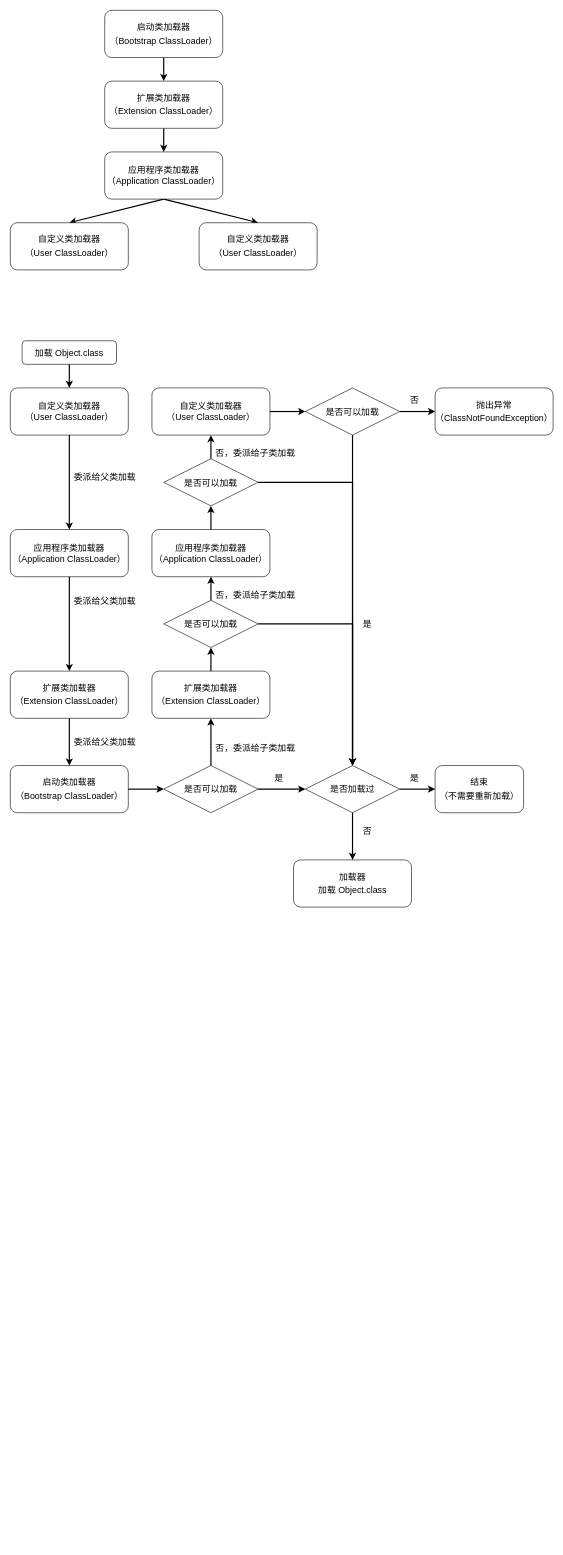
Earlier version of the draw.io diagram 双亲委派机制/双亲委派机制.drawio (zero-97/picture-of-the-article). Source tidied: cells renumbered, new cells numbered last; positions are measured from the earlier drawing's top-left corner, leaving out a move shared by most shapes. Both pictures are drawn from the tidied source at 59%, with x=0, y=0 at pixel (10, 10).
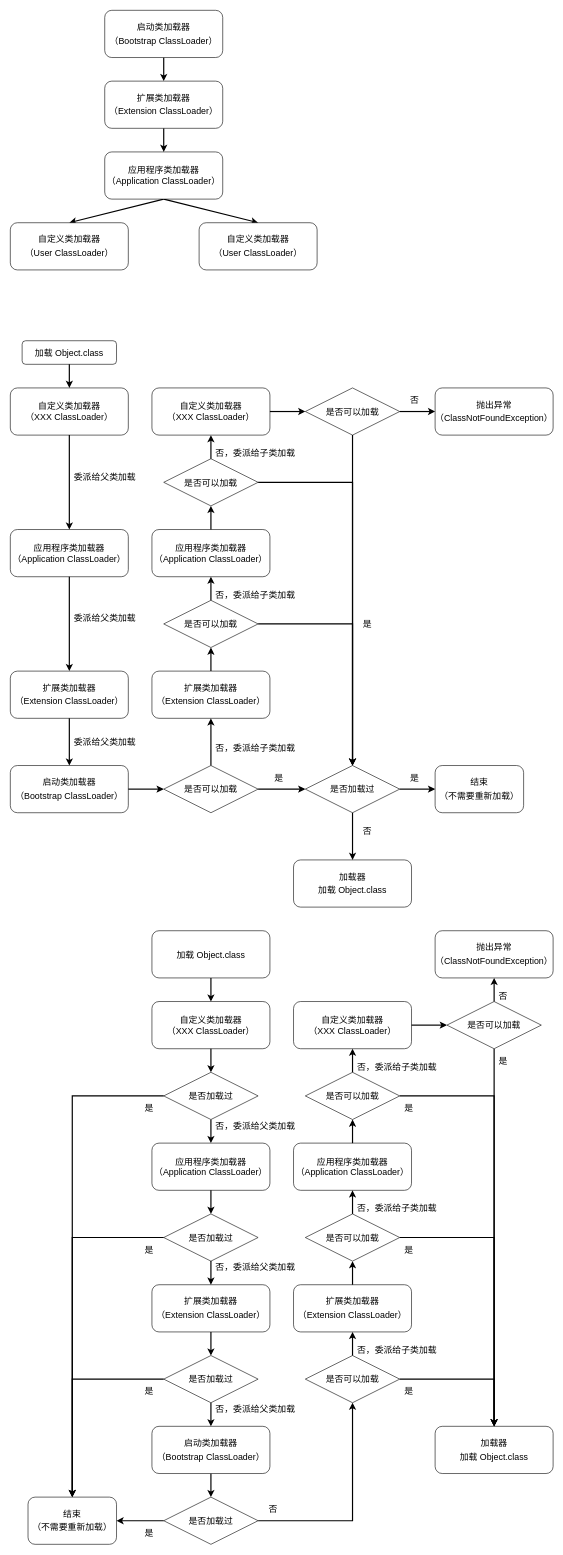
After the change.

Commit message (it also covers changes not shown here):
Update 双亲委派机制.drawio

The change refers to these unchanged cells:
```xml
<mxCell id="11" style="group;" parent="1" vertex="1">
  <mxGeometry y="560" width="900" height="960" as="geometry" />
</mxCell>
```

Change to the diagram source:
```diff
@@
-    <mxCell id="13" value="&lt;div&gt;自定义类加载器&lt;/div&gt;&lt;div&gt;（User ClassLoader）&lt;/div&gt;" style="rounded=1;whiteSpace=wrap;html=1;fontSize=15;" parent="11" vertex="1">
+    <mxCell id="13" value="&lt;div&gt;自定义类加载器&lt;/div&gt;&lt;div&gt;（XXX ClassLoader）&lt;/div&gt;" style="rounded=1;whiteSpace=wrap;html=1;fontSize=15;" parent="11" vertex="1">
       <mxGeometry y="80" width="200" height="80" as="geometry" />
     </mxCell>
@@
     <mxCell id="23" value="委派给父类加载" style="text;html=1;align=center;verticalAlign=middle;strokeColor=none;fillColor=none;fontSize=15;" parent="11" vertex="1">
-      <mxGeometry x="100" y="430" width="120" height="20" as="geometry" />
+      <mxGeometry x="100" y="460" width="120" height="20" as="geometry" />
     </mxCell>
@@
-    <mxCell id="42" value="&lt;div&gt;自定义类加载器&lt;/div&gt;&lt;div&gt;（User ClassLoader）&lt;/div&gt;" style="rounded=1;whiteSpace=wrap;html=1;fontSize=15;" parent="11" vertex="1">
+    <mxCell id="42" value="&lt;div&gt;自定义类加载器&lt;/div&gt;&lt;div&gt;（XXX ClassLoader）&lt;/div&gt;" style="rounded=1;whiteSpace=wrap;html=1;fontSize=15;" parent="11" vertex="1">
       <mxGeometry x="240" y="80" width="200" height="80" as="geometry" />
     </mxCell>
@@
+    <mxCell id="57" value="加载 Object.class" style="rounded=1;whiteSpace=wrap;html=1;fontSize=15;" parent="1" vertex="1">
+      <mxGeometry x="240" y="1560" width="200" height="80" as="geometry" />
+    </mxCell>
+    <mxCell id="58" value="&lt;div&gt;自定义类加载器&lt;/div&gt;&lt;div&gt;（XXX ClassLoader）&lt;/div&gt;" style="rounded=1;whiteSpace=wrap;html=1;fontSize=15;" parent="1" vertex="1">
+      <mxGeometry x="240" y="1680" width="200" height="80" as="geometry" />
+    </mxCell>
+    <mxCell id="59" style="edgeStyle=none;rounded=0;jettySize=auto;html=1;fontSize=15;strokeWidth=2;" parent="1" edge="1" source="57" target="58">
+      <mxGeometry relative="1" as="geometry" />
+    </mxCell>
+    <mxCell id="60" value="应用程序类加载器&lt;br&gt;（Application ClassLoader）" style="rounded=1;whiteSpace=wrap;html=1;fontSize=15;" parent="1" vertex="1">
+      <mxGeometry x="240" y="1920" width="200" height="80" as="geometry" />
+    </mxCell>
+    <mxCell id="61" value="&lt;p style=&quot;line-height: 1.5&quot;&gt;扩展类加载器&lt;br style=&quot;font-size: 15px&quot;&gt;（Extension ClassLoader）&lt;/p&gt;" style="rounded=1;whiteSpace=wrap;html=1;fontSize=15;" parent="1" vertex="1">
+      <mxGeometry x="240" y="2160" width="200" height="80" as="geometry" />
+    </mxCell>
+    <mxCell id="62" style="edgeStyle=orthogonalEdgeStyle;rounded=0;jettySize=auto;html=1;fontSize=15;strokeWidth=2;" parent="1" edge="1" source="63" target="113">
+      <mxGeometry relative="1" as="geometry" />
+    </mxCell>
+    <mxCell id="63" value="&lt;p style=&quot;line-height: 1.5&quot;&gt;启动类加载器&lt;br style=&quot;font-size: 15px&quot;&gt;（Bootstrap ClassLoader）&lt;/p&gt;" style="rounded=1;whiteSpace=wrap;html=1;fontSize=15;" parent="1" vertex="1">
+      <mxGeometry x="240" y="2400" width="200" height="80" as="geometry" />
+    </mxCell>
+    <mxCell id="64" value="否，委派给父类加载" style="text;html=1;align=center;verticalAlign=middle;strokeColor=none;fillColor=none;fontSize=15;" parent="1" vertex="1">
+      <mxGeometry x="340" y="1880" width="150" height="20" as="geometry" />
+    </mxCell>
+    <mxCell id="65" value="&lt;p style=&quot;line-height: 1.5&quot;&gt;结束&lt;br style=&quot;font-size: 15px&quot;&gt;（不需要重新加载）&lt;/p&gt;" style="rounded=1;whiteSpace=wrap;html=1;fontSize=15;" parent="1" vertex="1">
+      <mxGeometry x="30" y="2520" width="150" height="80" as="geometry" />
+    </mxCell>
+    <mxCell id="66" value="&lt;p style=&quot;line-height: 1.5&quot;&gt;加载器&lt;br style=&quot;font-size: 15px&quot;&gt;加载 Object.class&lt;/p&gt;" style="rounded=1;whiteSpace=wrap;html=1;fontSize=15;" parent="1" vertex="1">
+      <mxGeometry x="720" y="2400" width="200" height="80" as="geometry" />
+    </mxCell>
+    <mxCell id="67" style="edgeStyle=orthogonalEdgeStyle;rounded=0;jettySize=auto;html=1;fontSize=15;strokeWidth=2;" parent="1" edge="1" source="68" target="66">
+      <mxGeometry relative="1" as="geometry" />
+    </mxCell>
+    <mxCell id="68" value="是否可以加载" style="rhombus;whiteSpace=wrap;html=1;fontSize=15;" parent="1" vertex="1">
+      <mxGeometry x="500" y="2280" width="160" height="80" as="geometry" />
+    </mxCell>
+    <mxCell id="69" style="edgeStyle=orthogonalEdgeStyle;rounded=0;jettySize=auto;html=1;fontSize=15;strokeWidth=2;" parent="1" edge="1" source="113" target="68">
+      <mxGeometry relative="1" as="geometry" />
+    </mxCell>
+    <mxCell id="70" value="否，委派给子类加载" style="text;html=1;align=center;verticalAlign=middle;strokeColor=none;fillColor=none;fontSize=15;" parent="1" vertex="1">
+      <mxGeometry x="580" y="2260" width="150" height="20" as="geometry" />
+    </mxCell>
+    <mxCell id="71" value="&lt;p style=&quot;line-height: 1.5&quot;&gt;扩展类加载器&lt;br style=&quot;font-size: 15px&quot;&gt;（Extension ClassLoader）&lt;/p&gt;" style="rounded=1;whiteSpace=wrap;html=1;fontSize=15;" parent="1" vertex="1">
+      <mxGeometry x="480" y="2160" width="200" height="80" as="geometry" />
+    </mxCell>
+    <mxCell id="72" style="edgeStyle=orthogonalEdgeStyle;rounded=0;jettySize=auto;html=1;fontSize=15;strokeWidth=2;" parent="1" edge="1" source="68" target="71">
+      <mxGeometry relative="1" as="geometry" />
+    </mxCell>
+    <mxCell id="73" style="edgeStyle=orthogonalEdgeStyle;rounded=0;jettySize=auto;html=1;fontSize=15;strokeWidth=2;" parent="1" edge="1" source="74" target="66">
+      <mxGeometry relative="1" as="geometry" />
+    </mxCell>
+    <mxCell id="74" value="是否可以加载" style="rhombus;whiteSpace=wrap;html=1;fontSize=15;" parent="1" vertex="1">
+      <mxGeometry x="500" y="2040" width="160" height="80" as="geometry" />
+    </mxCell>
+    <mxCell id="75" style="edgeStyle=orthogonalEdgeStyle;rounded=0;jettySize=auto;html=1;fontSize=15;strokeWidth=2;" parent="1" edge="1" source="71" target="74">
+      <mxGeometry relative="1" as="geometry" />
+    </mxCell>
+    <mxCell id="76" value="应用程序类加载器&lt;br&gt;（Application ClassLoader）" style="rounded=1;whiteSpace=wrap;html=1;fontSize=15;" parent="1" vertex="1">
+      <mxGeometry x="480" y="1920" width="200" height="80" as="geometry" />
+    </mxCell>
+    <mxCell id="77" style="edgeStyle=orthogonalEdgeStyle;rounded=0;jettySize=auto;html=1;fontSize=15;strokeWidth=2;" parent="1" edge="1" source="74" target="76">
+      <mxGeometry relative="1" as="geometry" />
+    </mxCell>
+    <mxCell id="78" value="&lt;div&gt;自定义类加载器&lt;/div&gt;&lt;div&gt;（XXX ClassLoader）&lt;/div&gt;" style="rounded=1;whiteSpace=wrap;html=1;fontSize=15;" parent="1" vertex="1">
+      <mxGeometry x="480" y="1680" width="200" height="80" as="geometry" />
+    </mxCell>
+    <mxCell id="79" style="edgeStyle=orthogonalEdgeStyle;rounded=0;jettySize=auto;html=1;entryX=0.5;entryY=0;entryDx=0;entryDy=0;fontSize=15;strokeWidth=2;" parent="1" edge="1" source="80" target="66">
+      <mxGeometry relative="1" as="geometry" />
+    </mxCell>
+    <mxCell id="80" value="是否可以加载" style="rhombus;whiteSpace=wrap;html=1;fontSize=15;" parent="1" vertex="1">
+      <mxGeometry x="500" y="1800" width="160" height="80" as="geometry" />
+    </mxCell>
+    <mxCell id="81" style="edgeStyle=orthogonalEdgeStyle;rounded=0;jettySize=auto;html=1;fontSize=15;strokeWidth=2;" parent="1" edge="1" source="76" target="80">
+      <mxGeometry relative="1" as="geometry" />
+    </mxCell>
+    <mxCell id="82" style="edgeStyle=orthogonalEdgeStyle;rounded=0;jettySize=auto;html=1;fontSize=15;strokeWidth=2;" parent="1" edge="1" source="83" target="66">
+      <mxGeometry relative="1" as="geometry" />
+    </mxCell>
+    <mxCell id="83" value="是否可以加载" style="rhombus;whiteSpace=wrap;html=1;fontSize=15;" parent="1" vertex="1">
+      <mxGeometry x="740" y="1680" width="160" height="80" as="geometry" />
+    </mxCell>
+    <mxCell id="84" style="edgeStyle=orthogonalEdgeStyle;rounded=0;jettySize=auto;html=1;fontSize=15;strokeWidth=2;" parent="1" edge="1" source="78" target="83">
+      <mxGeometry relative="1" as="geometry" />
+    </mxCell>
+    <mxCell id="85" value="否，委派给子类加载" style="text;html=1;align=center;verticalAlign=middle;strokeColor=none;fillColor=none;fontSize=15;" parent="1" vertex="1">
+      <mxGeometry x="580" y="2020" width="150" height="20" as="geometry" />
+    </mxCell>
+    <mxCell id="86" style="edgeStyle=orthogonalEdgeStyle;rounded=0;jettySize=auto;html=1;fontSize=15;strokeWidth=2;" parent="1" edge="1" source="80" target="78">
+      <mxGeometry relative="1" as="geometry">
+        <Array as="points">
+          <mxPoint x="580" y="1790" />
+          <mxPoint x="580" y="1790" />
+        </Array>
+      </mxGeometry>
+    </mxCell>
+    <mxCell id="87" value="否，委派给子类加载" style="text;html=1;align=center;verticalAlign=middle;strokeColor=none;fillColor=none;fontSize=15;" parent="1" vertex="1">
+      <mxGeometry x="580" y="1780" width="150" height="20" as="geometry" />
+    </mxCell>
+    <mxCell id="88" value="是" style="text;html=1;align=center;verticalAlign=middle;strokeColor=none;fillColor=none;fontSize=15;" parent="1" vertex="1">
+      <mxGeometry x="660" y="2330" width="30" height="20" as="geometry" />
+    </mxCell>
+    <mxCell id="89" value="否" style="text;html=1;align=center;verticalAlign=middle;strokeColor=none;fillColor=none;fontSize=15;" parent="1" vertex="1">
+      <mxGeometry x="820" y="1660" width="30" height="20" as="geometry" />
+    </mxCell>
+    <mxCell id="90" value="&lt;p style=&quot;line-height: 1.5&quot;&gt;抛出异常&lt;br style=&quot;font-size: 15px&quot;&gt;（ClassNotFoundException）&lt;/p&gt;" style="rounded=1;whiteSpace=wrap;html=1;fontSize=15;" parent="1" vertex="1">
+      <mxGeometry x="720" y="1560" width="200" height="80" as="geometry" />
+    </mxCell>
+    <mxCell id="91" style="edgeStyle=orthogonalEdgeStyle;rounded=0;jettySize=auto;html=1;fontSize=15;strokeWidth=2;" parent="1" edge="1" source="83" target="90">
+      <mxGeometry relative="1" as="geometry" />
+    </mxCell>
+    <mxCell id="92" style="edgeStyle=orthogonalEdgeStyle;rounded=0;jettySize=auto;html=1;fontSize=15;strokeWidth=2;" parent="1" edge="1" source="94" target="60">
+      <mxGeometry relative="1" as="geometry" />
+    </mxCell>
+    <mxCell id="93" style="edgeStyle=orthogonalEdgeStyle;rounded=0;jettySize=auto;html=1;fontSize=15;strokeWidth=2;" parent="1" edge="1" source="94" target="65">
+      <mxGeometry relative="1" as="geometry" />
+    </mxCell>
+    <mxCell id="94" value="是否加载过" style="rhombus;whiteSpace=wrap;html=1;fontSize=15;" parent="1" vertex="1">
+      <mxGeometry x="260" y="1800" width="160" height="80" as="geometry" />
+    </mxCell>
+    <mxCell id="95" style="edgeStyle=orthogonalEdgeStyle;rounded=0;jettySize=auto;html=1;fontSize=15;strokeWidth=2;" parent="1" edge="1" source="58" target="94">
+      <mxGeometry relative="1" as="geometry" />
+    </mxCell>
+    <mxCell id="96" style="edgeStyle=orthogonalEdgeStyle;rounded=0;jettySize=auto;html=1;fontSize=15;strokeWidth=2;" parent="1" edge="1" source="98" target="61">
+      <mxGeometry relative="1" as="geometry" />
+    </mxCell>
+    <mxCell id="97" style="edgeStyle=orthogonalEdgeStyle;rounded=0;jettySize=auto;html=1;fontSize=15;strokeWidth=2;" parent="1" edge="1" source="98" target="65">
+      <mxGeometry relative="1" as="geometry" />
+    </mxCell>
+    <mxCell id="98" value="是否加载过" style="rhombus;whiteSpace=wrap;html=1;fontSize=15;" parent="1" vertex="1">
+      <mxGeometry x="260" y="2040" width="160" height="80" as="geometry" />
+    </mxCell>
+    <mxCell id="99" value="否，委派给父类加载" style="text;html=1;align=center;verticalAlign=middle;strokeColor=none;fillColor=none;fontSize=15;" parent="1" vertex="1">
+      <mxGeometry x="340" y="2120" width="150" height="20" as="geometry" />
+    </mxCell>
+    <mxCell id="100" style="edgeStyle=orthogonalEdgeStyle;rounded=0;jettySize=auto;html=1;fontSize=15;strokeWidth=2;" parent="1" edge="1" source="102" target="63">
+      <mxGeometry relative="1" as="geometry" />
+    </mxCell>
+    <mxCell id="101" style="edgeStyle=orthogonalEdgeStyle;rounded=0;jettySize=auto;html=1;fontSize=15;strokeWidth=2;" parent="1" edge="1" source="102" target="65">
+      <mxGeometry relative="1" as="geometry" />
+    </mxCell>
+    <mxCell id="102" value="是否加载过" style="rhombus;whiteSpace=wrap;html=1;fontSize=15;" parent="1" vertex="1">
+      <mxGeometry x="260" y="2280" width="160" height="80" as="geometry" />
+    </mxCell>
+    <mxCell id="103" value="否，委派给父类加载" style="text;html=1;align=center;verticalAlign=middle;strokeColor=none;fillColor=none;fontSize=15;" parent="1" vertex="1">
+      <mxGeometry x="340" y="2360" width="150" height="20" as="geometry" />
+    </mxCell>
+    <mxCell id="104" value="是" style="text;html=1;align=center;verticalAlign=middle;strokeColor=none;fillColor=none;fontSize=15;" parent="1" vertex="1">
+      <mxGeometry x="220" y="2330" width="30" height="20" as="geometry" />
+    </mxCell>
+    <mxCell id="105" value="是" style="text;html=1;align=center;verticalAlign=middle;strokeColor=none;fillColor=none;fontSize=15;" parent="1" vertex="1">
+      <mxGeometry x="660" y="2090" width="30" height="20" as="geometry" />
+    </mxCell>
+    <mxCell id="106" value="是" style="text;html=1;align=center;verticalAlign=middle;strokeColor=none;fillColor=none;fontSize=15;" parent="1" vertex="1">
+      <mxGeometry x="660" y="1850" width="30" height="20" as="geometry" />
+    </mxCell>
+    <mxCell id="107" value="是" style="text;html=1;align=center;verticalAlign=middle;strokeColor=none;fillColor=none;fontSize=15;" parent="1" vertex="1">
+      <mxGeometry x="220" y="1850" width="30" height="20" as="geometry" />
+    </mxCell>
+    <mxCell id="108" value="是" style="text;html=1;align=center;verticalAlign=middle;strokeColor=none;fillColor=none;fontSize=15;" parent="1" vertex="1">
+      <mxGeometry x="220" y="2090" width="30" height="20" as="geometry" />
+    </mxCell>
+    <mxCell id="109" value="是" style="text;html=1;align=center;verticalAlign=middle;strokeColor=none;fillColor=none;fontSize=15;" parent="1" vertex="1">
+      <mxGeometry x="820" y="1770" width="30" height="20" as="geometry" />
+    </mxCell>
+    <mxCell id="110" style="edgeStyle=orthogonalEdgeStyle;rounded=0;jettySize=auto;html=1;fontSize=15;strokeWidth=2;" parent="1" edge="1" source="60" target="98">
+      <mxGeometry relative="1" as="geometry" />
+    </mxCell>
+    <mxCell id="111" style="edgeStyle=orthogonalEdgeStyle;rounded=0;jettySize=auto;html=1;fontSize=15;strokeWidth=2;" parent="1" edge="1" source="61" target="102">
+      <mxGeometry relative="1" as="geometry" />
+    </mxCell>
+    <mxCell id="112" style="edgeStyle=orthogonalEdgeStyle;rounded=0;jettySize=auto;html=1;fontSize=15;strokeWidth=2;" parent="1" edge="1" source="113" target="65">
+      <mxGeometry relative="1" as="geometry" />
+    </mxCell>
+    <mxCell id="113" value="是否加载过" style="rhombus;whiteSpace=wrap;html=1;fontSize=15;" parent="1" vertex="1">
+      <mxGeometry x="260" y="2520" width="160" height="80" as="geometry" />
+    </mxCell>
+    <mxCell id="114" value="是" style="text;html=1;align=center;verticalAlign=middle;strokeColor=none;fillColor=none;fontSize=15;" parent="1" vertex="1">
+      <mxGeometry x="220" y="2570" width="30" height="20" as="geometry" />
+    </mxCell>
+    <mxCell id="115" value="否" style="text;html=1;align=center;verticalAlign=middle;strokeColor=none;fillColor=none;fontSize=15;" parent="1" vertex="1">
+      <mxGeometry x="430" y="2530" width="30" height="20" as="geometry" />
+    </mxCell>
```
